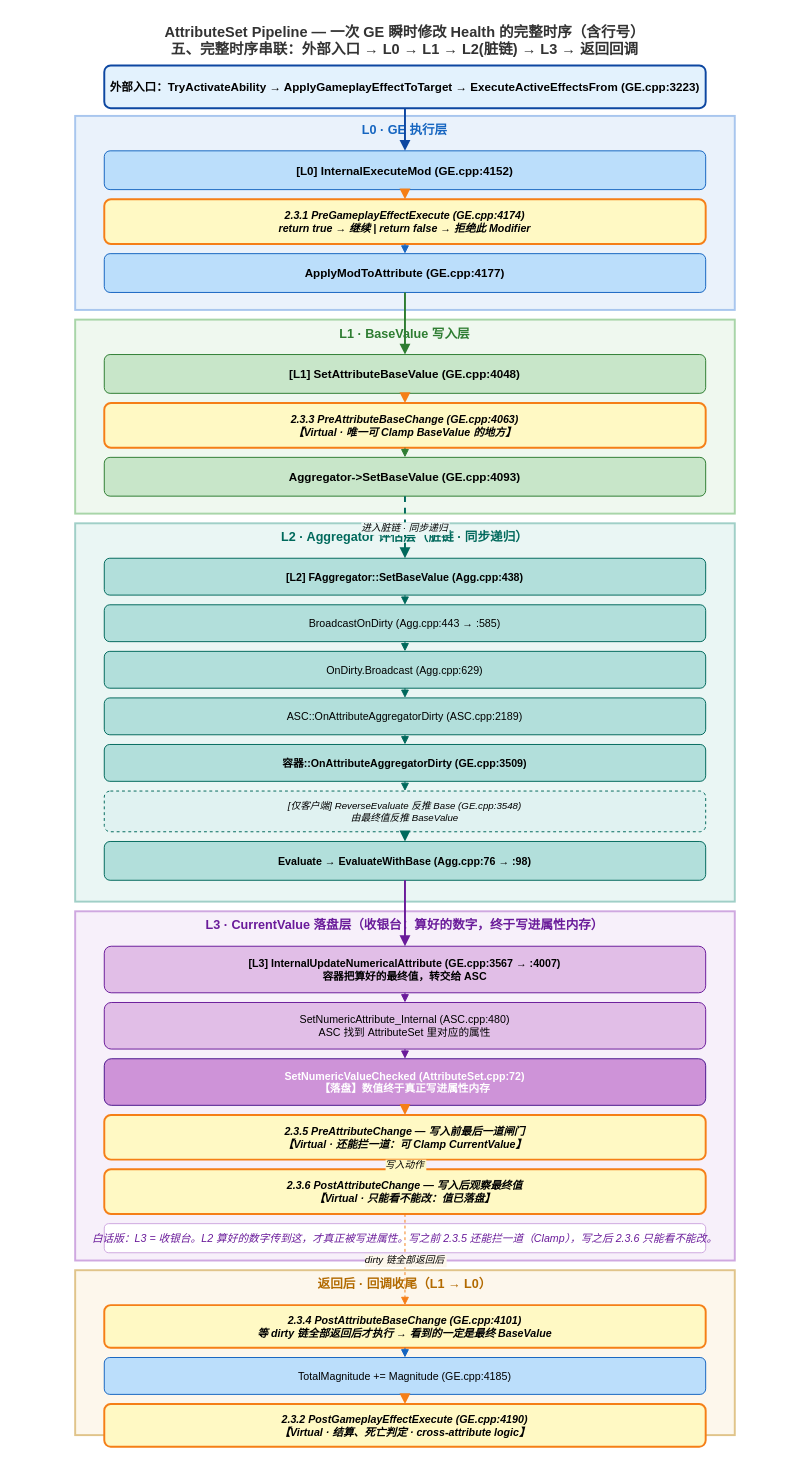
Earlier version of the draw.io diagram Document/UE5Code/GAS/04-AttributeSet/diagrams/Attr_Pipeline.drawio (hijuzi/UE5GameWork). Source tidied: cells renumbered, new cells numbered last; positions are measured from the earlier drawing's top-left corner, leaving out a move shared by most shapes. Both pictures are drawn from the tidied source at 97%, with x=0, y=0 at pixel (16, 16).
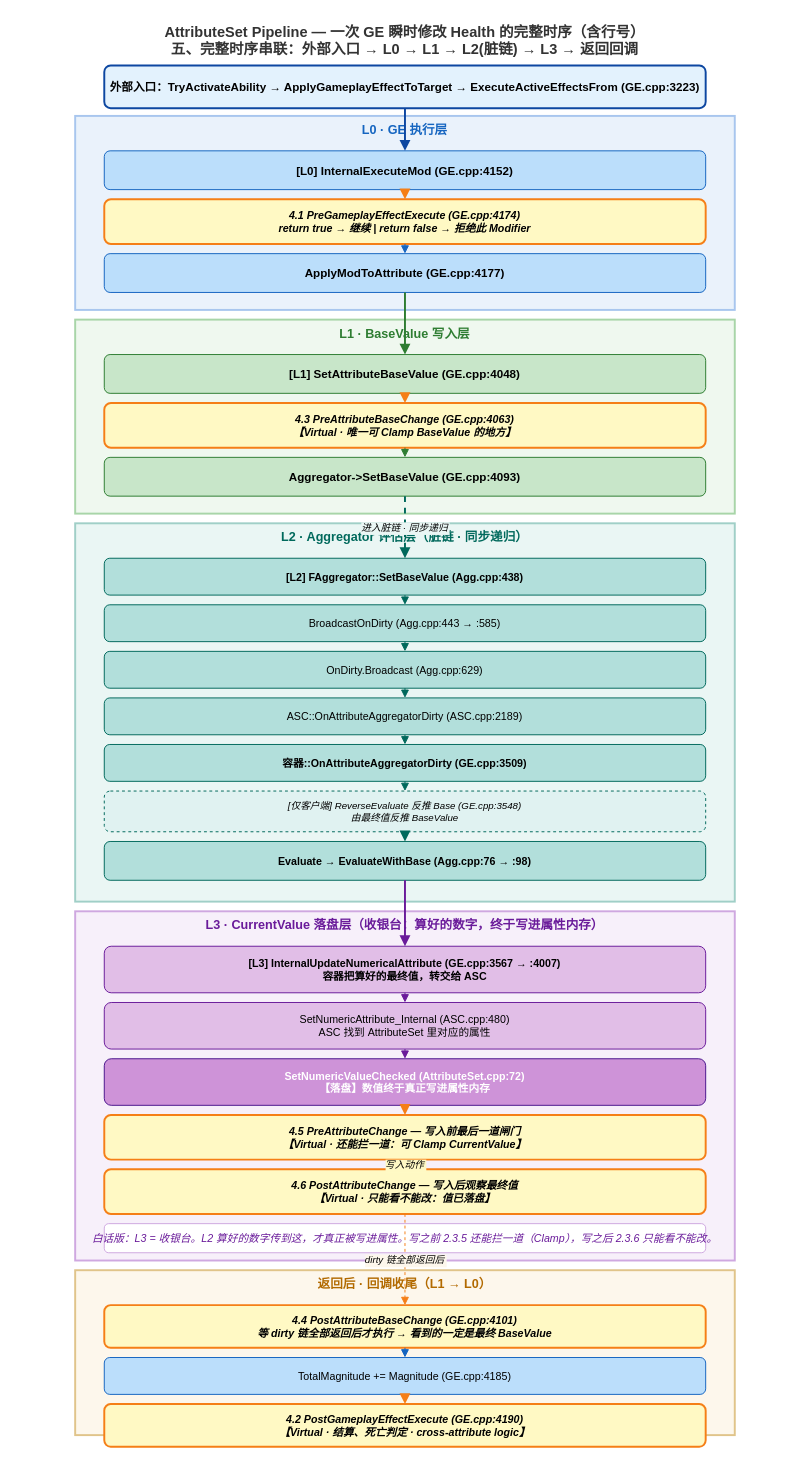
The same diagram, later.

Unchanged cells that the change refers to:
```xml
<mxCell id="4" value="L0 · GE 执行层" style="rounded=0;whiteSpace=wrap;html=1;fillColor=#EAF2FB;strokeColor=#A8C6EE;strokeWidth=2;verticalAlign=top;fontSize=13;fontStyle=1;fontColor=#1565C0;" parent="1" vertex="1">
  <mxGeometry x="60" y="102" width="680" height="200" as="geometry" />
</mxCell>
<mxCell id="8" value="L1 · BaseValue 写入层" style="rounded=0;whiteSpace=wrap;html=1;fillColor=#EFF8EF;strokeColor=#A8D5A8;strokeWidth=2;verticalAlign=top;fontSize=13;fontStyle=1;fontColor=#2E7D32;" parent="1" vertex="1">
  <mxGeometry x="60" y="312" width="680" height="200" as="geometry" />
</mxCell>
<mxCell id="20" value="L3 · CurrentValue 落盘层（收银台：算好的数字，终于写进属性内存）" style="rounded=0;whiteSpace=wrap;html=1;fillColor=#F7F0FA;strokeColor=#CFA8E0;strokeWidth=2;verticalAlign=top;fontSize=13;fontStyle=1;fontColor=#6A1B9A;" parent="1" vertex="1">
  <mxGeometry x="60" y="922" width="680" height="360" as="geometry" />
</mxCell>
<mxCell id="27" value="返回后 · 回调收尾（L1 → L0）" style="rounded=0;whiteSpace=wrap;html=1;fillColor=#FDF7EC;strokeColor=#E0C48A;strokeWidth=2;verticalAlign=top;fontSize=13;fontStyle=1;fontColor=#B26A00;" parent="1" vertex="1">
  <mxGeometry x="60" y="1292" width="680" height="170" as="geometry" />
</mxCell>
```

The edit, as a diff of the source:
```diff
@@
-    <mxCell id="6" value="2.3.1 PreGameplayEffectExecute (GE.cpp:4174)&#10;return true → 继续  |  return false → 拒绝此 Modifier" style="rounded=1;fillColor=#FFF9C4;strokeColor=#F57F17;strokeWidth=2;fontSize=11;fontStyle=3;" parent="4" vertex="1">
+    <mxCell id="6" value="4.1 PreGameplayEffectExecute (GE.cpp:4174)&#10;return true → 继续  |  return false → 拒绝此 Modifier" style="rounded=1;fillColor=#FFF9C4;strokeColor=#F57F17;strokeWidth=2;fontSize=11;fontStyle=3;" parent="4" vertex="1">
       <mxGeometry x="30" y="86" width="620" height="46" as="geometry" />
     </mxCell>
@@
-    <mxCell id="10" value="2.3.3 PreAttributeBaseChange (GE.cpp:4063)&#10;【Virtual · 唯一可 Clamp BaseValue 的地方】" style="rounded=1;fillColor=#FFF9C4;strokeColor=#F57F17;strokeWidth=2;fontSize=11;fontStyle=3;" parent="8" vertex="1">
+    <mxCell id="10" value="4.3 PreAttributeBaseChange (GE.cpp:4063)&#10;【Virtual · 唯一可 Clamp BaseValue 的地方】" style="rounded=1;fillColor=#FFF9C4;strokeColor=#F57F17;strokeWidth=2;fontSize=11;fontStyle=3;" parent="8" vertex="1">
       <mxGeometry x="30" y="86" width="620" height="46" as="geometry" />
     </mxCell>
@@
-    <mxCell id="24" value="2.3.5 PreAttributeChange — 写入前最后一道闸门&#10;【Virtual · 还能拦一道：可 Clamp CurrentValue】" style="rounded=1;fillColor=#FFF9C4;strokeColor=#F57F17;strokeWidth=2;fontSize=11;fontStyle=3;" parent="20" vertex="1">
+    <mxCell id="24" value="4.5 PreAttributeChange — 写入前最后一道闸门&#10;【Virtual · 还能拦一道：可 Clamp CurrentValue】" style="rounded=1;fillColor=#FFF9C4;strokeColor=#F57F17;strokeWidth=2;fontSize=11;fontStyle=3;" parent="20" vertex="1">
       <mxGeometry x="30" y="210" width="620" height="46" as="geometry" />
     </mxCell>
-    <mxCell id="25" value="2.3.6 PostAttributeChange — 写入后观察最终值&#10;【Virtual · 只能看不能改：值已落盘】" style="rounded=1;fillColor=#FFF9C4;strokeColor=#F57F17;strokeWidth=2;fontSize=11;fontStyle=3;" parent="20" vertex="1">
+    <mxCell id="25" value="4.6 PostAttributeChange — 写入后观察最终值&#10;【Virtual · 只能看不能改：值已落盘】" style="rounded=1;fillColor=#FFF9C4;strokeColor=#F57F17;strokeWidth=2;fontSize=11;fontStyle=3;" parent="20" vertex="1">
       <mxGeometry x="30" y="266" width="620" height="46" as="geometry" />
     </mxCell>
@@
-    <mxCell id="28" value="2.3.4 PostAttributeBaseChange (GE.cpp:4101)&#10;等 dirty 链全部返回后才执行 → 看到的一定是最终 BaseValue" style="rounded=1;fillColor=#FFF9C4;strokeColor=#F57F17;strokeWidth=2;fontSize=11;fontStyle=3;" parent="27" vertex="1">
+    <mxCell id="28" value="4.4 PostAttributeBaseChange (GE.cpp:4101)&#10;等 dirty 链全部返回后才执行 → 看到的一定是最终 BaseValue" style="rounded=1;fillColor=#FFF9C4;strokeColor=#F57F17;strokeWidth=2;fontSize=11;fontStyle=3;" parent="27" vertex="1">
       <mxGeometry x="30" y="36" width="620" height="44" as="geometry" />
     </mxCell>
@@
-    <mxCell id="30" value="2.3.2 PostGameplayEffectExecute (GE.cpp:4190)&#10;【Virtual · 结算、死亡判定 · cross-attribute logic】" style="rounded=1;fillColor=#FFF9C4;strokeColor=#F57F17;strokeWidth=2;fontSize=11;fontStyle=3;" parent="27" vertex="1">
+    <mxCell id="30" value="4.2 PostGameplayEffectExecute (GE.cpp:4190)&#10;【Virtual · 结算、死亡判定 · cross-attribute logic】" style="rounded=1;fillColor=#FFF9C4;strokeColor=#F57F17;strokeWidth=2;fontSize=11;fontStyle=3;" parent="27" vertex="1">
       <mxGeometry x="30" y="138" width="620" height="44" as="geometry" />
     </mxCell>
```
